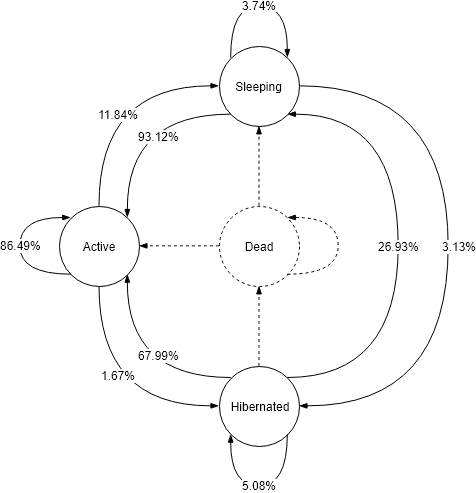
Above: Chains/elixir_chain.png in collab-uniba/developersInactivityAnalysis (draw.io), before the change. Source tidied: cells renumbered, new cells last; positions are measured from the earlier drawing's top-left corner, leaving out a move shared by most shapes.
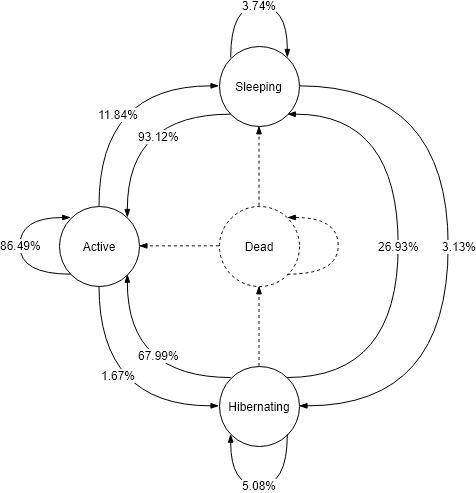
Later version of the same file.

What changed in the source:
```diff
@@ -97,7 +97,7 @@
         <mxPoint x="-24.5" as="offset" />
       </mxGeometry>
     </mxCell>
-    <mxCell id="20" value="Hibernated" style="ellipse;whiteSpace=wrap;html=1;" parent="1" vertex="1">
+    <mxCell id="20" value="Hibernating" style="ellipse;whiteSpace=wrap;html=1;" parent="1" vertex="1">
       <mxGeometry x="199.5" y="360.5" width="80" height="80" as="geometry" />
     </mxCell>
     <mxCell id="21" style="edgeStyle=orthogonalEdgeStyle;curved=1;rounded=0;orthogonalLoop=1;jettySize=auto;html=1;exitX=0;exitY=1;exitDx=0;exitDy=0;endArrow=blockThin;endFill=1;entryX=0;entryY=0;entryDx=0;entryDy=0;" parent="1" edge="1" source="6" target="6">
```
